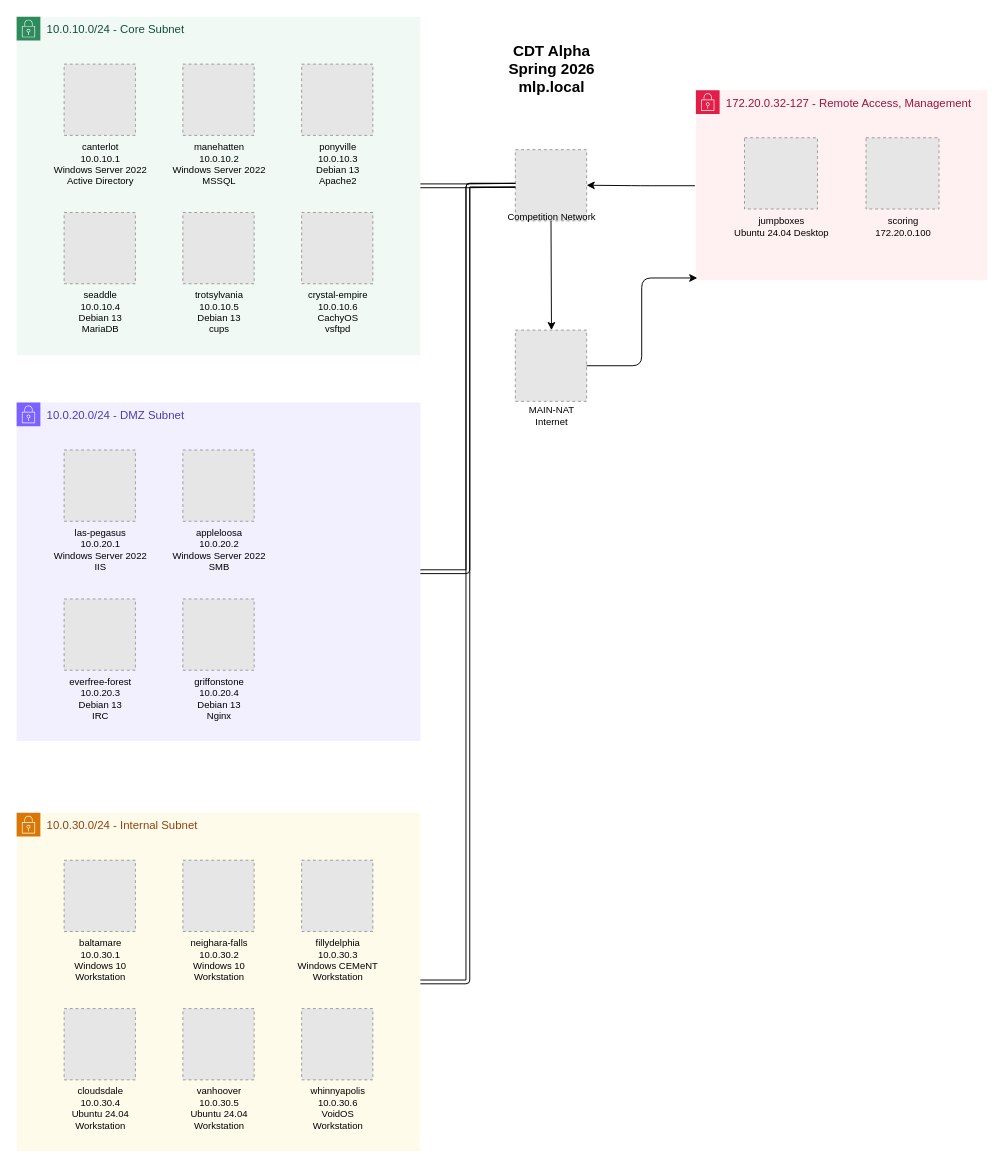
Guac0/2255-CSEC473-Alpha keeps this draw.io diagram as greyteam/diagrams/network_diagram.drawio. Above is the earlier version. Source tidied: cells renumbered, new cells numbered last; positions are measured from the earlier drawing's top-left corner, leaving out a move shared by most shapes. Both pictures are drawn from the tidied source at 95%, with x=0, y=0 at pixel (16, 16). Pictures stored in the file or linked from it are replaced by grey dashed boxes.
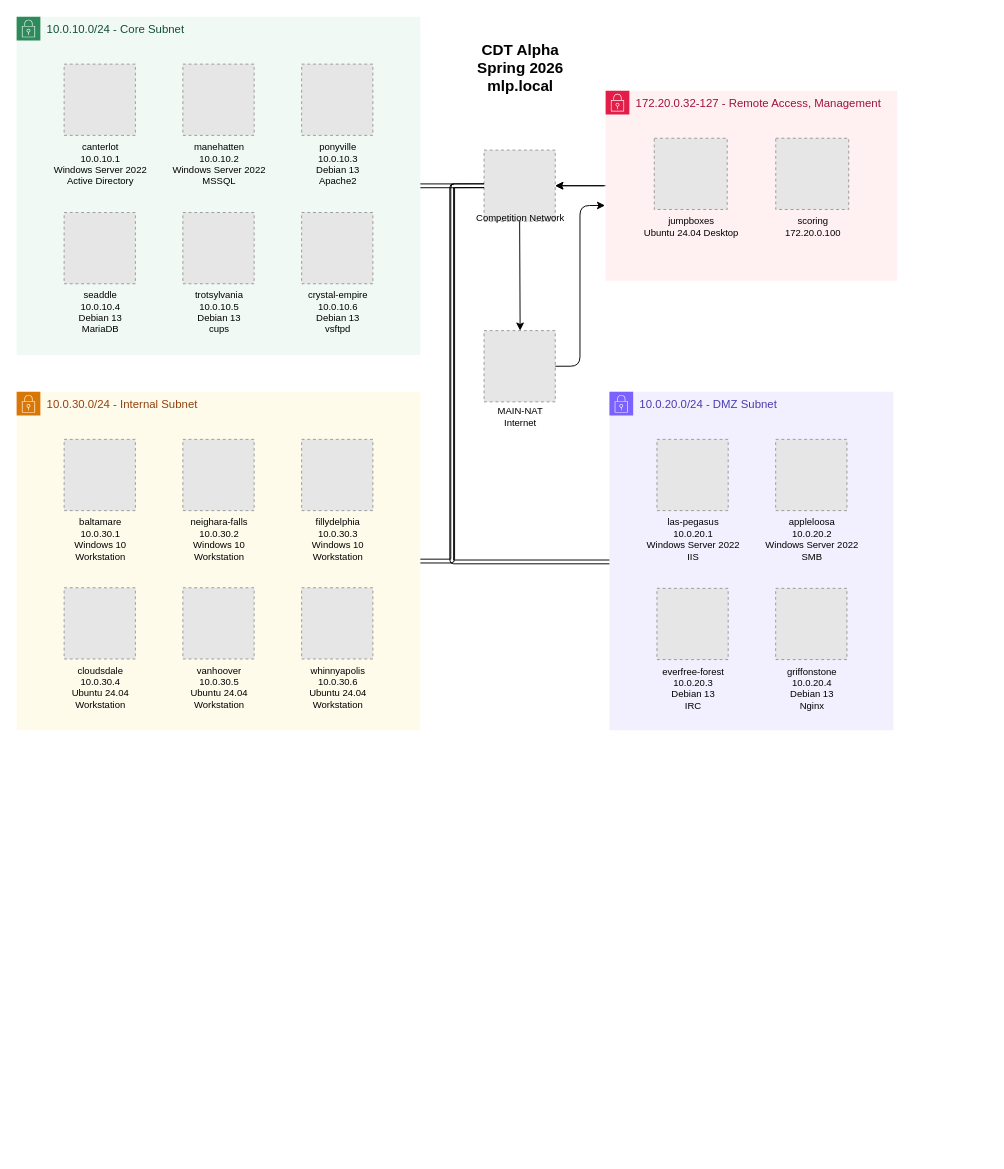
Above is the later version.

Commit message:
diagrams - update topo

The change refers to these unchanged cells:
```xml
<mxCell id="5" value="10.0.10.0/24 - Core Subnet" style="whiteSpace=wrap;rounded=0;fillColor=#F0F9F4;strokeColor=#2D8A5B;dashed=0;html=1;fontSize=12;fontStyle=0;shape=mxgraph.aws4.group;grIcon=mxgraph.aws4.group_security_group;grStroke=0;verticalAlign=top;align=left;spacingLeft=30;fontColor=#144D3E;" parent="1" vertex="1">
  <mxGeometry width="425" height="356.2" as="geometry" />
</mxCell>
```

The edit, as a diff of the source:
```diff
@@
     <mxCell id="2" value="&lt;div&gt;CDT Alpha&lt;/div&gt;&lt;div&gt;Spring 2026&lt;/div&gt;mlp.local" style="text;whiteSpace=nowrap;rounded=0;fillColor=none;strokeColor=none;dashed=0;html=1;fontFamily=Helvetica;fontStyle=1;fontSize=16;fontColor=#000000;labelPosition=center;align=center;horizontal=1;" parent="1" vertex="1">
-      <mxGeometry x="525" y="20" width="75" height="75" as="geometry" />
+      <mxGeometry x="492" y="19" width="75" height="75" as="geometry" />
     </mxCell>
     <mxCell id="3" value="Competition Network" style="fillColor=#E6E6E6;strokeColor=#999999;dashed=1;whiteSpace=nowrap;verticalLabelPosition=bottom;verticalAlign=bottom;html=1;fontFamily=Helvetica;fontSize=10;fontColor=#000000;labelPosition=center;spacingBottom=70;align=center;" parent="1" vertex="1">
-      <mxGeometry x="525" y="140" width="75" height="75" as="geometry" />
+      <mxGeometry x="492" y="140.5" width="75" height="75" as="geometry" />
     </mxCell>
     <mxCell id="4" value="&lt;div&gt;&lt;br&gt;&lt;/div&gt;MAIN-NAT&lt;div&gt;Internet&lt;/div&gt;" style="fillColor=#E6E6E6;strokeColor=#999999;dashed=1;whiteSpace=nowrap;verticalLabelPosition=bottom;verticalAlign=bottom;html=1;fontFamily=Helvetica;fontSize=10;fontColor=#000000;labelPosition=center;spacingBottom=45;align=center;" parent="1" vertex="1">
-      <mxGeometry x="525" y="330" width="75" height="75" as="geometry" />
+      <mxGeometry x="492" y="330.5" width="75" height="75" as="geometry" />
     </mxCell>
@@
-    <mxCell id="11" value="crystal-empire&lt;br/&gt;10.0.10.6&lt;br/&gt;CachyOS&lt;br/&gt;vsftpd" style="fillColor=#E6E6E6;strokeColor=#999999;dashed=1;whiteSpace=nowrap;verticalLabelPosition=bottom;verticalAlign=top;html=1;fontFamily=Helvetica;fontSize=10;fontColor=#000000;labelPosition=center;align=center;" parent="5" vertex="1">
-      <mxGeometry x="300" y="206.2" width="75" height="75" as="geometry" />
-    </mxCell>
+    <mxCell id="33" value="crystal-empire&lt;br&gt;10.0.10.6&lt;br&gt;Debian 13&lt;br&gt;vsftpd" style="fillColor=#E6E6E6;strokeColor=#999999;dashed=1;whiteSpace=nowrap;verticalLabelPosition=bottom;verticalAlign=top;html=1;fontFamily=Helvetica;fontSize=10;fontColor=#000000;labelPosition=center;align=center;" parent="5" vertex="1">
+      <mxGeometry x="300" y="206.2" width="75" height="75" as="geometry" />
+    </mxCell>
@@
     <mxCell id="13" value="10.0.20.0/24 - DMZ Subnet" style="whiteSpace=wrap;rounded=0;fillColor=#F2F0FF;strokeColor=#7B61FF;dashed=0;html=1;fontSize=12;fontStyle=0;shape=mxgraph.aws4.group;grIcon=mxgraph.aws4.group_security_group;grStroke=0;verticalAlign=top;align=left;spacingLeft=30;fontColor=#4A3BB1;" parent="1" vertex="1">
-      <mxGeometry y="406.2" width="425" height="356.2" as="geometry" />
+      <mxGeometry x="624" y="395" width="299" height="356.2" as="geometry" />
     </mxCell>
@@
-    <mxCell id="18" style="shape=link;edgeStyle=elbowEdgeStyle;rounded=1;jettySize=auto;endSize=40;startSize=40;" parent="1" edge="1" source="13" target="3">
-      <mxGeometry x="-1" y="15" relative="1" as="geometry" />
+    <mxCell id="18" style="shape=link;edgeStyle=elbowEdgeStyle;rounded=1;jettySize=auto;endSize=40;startSize=40;" parent="1" edge="1" source="13">
+      <mxGeometry x="-1" y="15" relative="1" as="geometry">
+        <mxPoint x="459" y="178" as="targetPoint" />
+        <Array as="points">
+          <mxPoint x="458" y="574" />
+        </Array>
+      </mxGeometry>
     </mxCell>
     <mxCell id="19" value="10.0.30.0/24 - Internal Subnet" style="whiteSpace=wrap;rounded=0;fillColor=#FFFBEB;strokeColor=#D97706;dashed=0;html=1;fontSize=12;fontStyle=0;shape=mxgraph.aws4.group;grIcon=mxgraph.aws4.group_security_group;grStroke=0;verticalAlign=top;align=left;spacingLeft=30;fontColor=#92400E;" parent="1" vertex="1">
-      <mxGeometry y="838" width="425" height="356.2" as="geometry" />
+      <mxGeometry y="395" width="425" height="356.2" as="geometry" />
     </mxCell>
@@
-    <mxCell id="24" value="whinnyapolis&lt;br&gt;10.0.30.6&lt;br&gt;VoidOS&lt;br&gt;Workstation" style="fillColor=#E6E6E6;strokeColor=#999999;dashed=1;whiteSpace=nowrap;verticalLabelPosition=bottom;verticalAlign=top;html=1;fontFamily=Helvetica;fontSize=10;fontColor=#000000;labelPosition=center;align=center;" parent="19" vertex="1">
-      <mxGeometry x="300" y="206.2" width="75" height="75" as="geometry" />
-    </mxCell>
-    <mxCell id="25" value="fillydelphia&lt;br&gt;10.0.30.3&lt;br&gt;Windows CEMeNT&lt;br&gt;Workstation" style="fillColor=#E6E6E6;strokeColor=#999999;dashed=1;whiteSpace=nowrap;verticalLabelPosition=bottom;verticalAlign=top;html=1;fontFamily=Helvetica;fontSize=10;fontColor=#000000;labelPosition=center;align=center;" parent="19" vertex="1">
+    <mxCell id="25" value="fillydelphia&lt;br&gt;10.0.30.3&lt;br&gt;Windows 10&lt;br&gt;Workstation" style="fillColor=#E6E6E6;strokeColor=#999999;dashed=1;whiteSpace=nowrap;verticalLabelPosition=bottom;verticalAlign=top;html=1;fontFamily=Helvetica;fontSize=10;fontColor=#000000;labelPosition=center;align=center;" parent="19" vertex="1">
       <mxGeometry x="300" y="50" width="75" height="75" as="geometry" />
     </mxCell>
+    <mxCell id="34" value="whinnyapolis&lt;br&gt;10.0.30.6&lt;br&gt;Ubuntu 24.04&lt;br&gt;Workstation" style="fillColor=#E6E6E6;strokeColor=#999999;dashed=1;whiteSpace=nowrap;verticalLabelPosition=bottom;verticalAlign=top;html=1;fontFamily=Helvetica;fontSize=10;fontColor=#000000;labelPosition=center;align=center;" parent="19" vertex="1">
+      <mxGeometry x="300" y="206.2" width="75" height="75" as="geometry" />
+    </mxCell>
@@
+    <mxCell id="35" style="edgeStyle=orthogonalEdgeStyle;rounded=0;jettySize=auto;html=1;" parent="1" edge="1" source="27" target="3">
+      <mxGeometry relative="1" as="geometry" />
+    </mxCell>
     <mxCell id="27" value="172.20.0.32-127 - Remote Access, Management" style="whiteSpace=wrap;rounded=0;fillColor=#FFF1F2;strokeColor=#E11D48;dashed=0;html=1;fontSize=12;fontStyle=0;shape=mxgraph.aws4.group;grIcon=mxgraph.aws4.group_security_group;grStroke=0;verticalAlign=top;align=left;spacingLeft=30;fontColor=#9F1239;" parent="1" vertex="1">
-      <mxGeometry x="715" y="77.5" width="307" height="200" as="geometry" />
+      <mxGeometry x="620" y="78" width="307" height="200" as="geometry" />
     </mxCell>
@@
-    <mxCell id="31" style="edgeStyle=elbowEdgeStyle;rounded=1;jettySize=auto;targetPerimeterSpacing=40;exitX=1;exitY=0.5;exitDx=0;exitDy=0;entryX=0.005;entryY=0.988;entryDx=0;entryDy=0;entryPerimeter=0;" parent="1" edge="1" source="4" target="27">
+    <mxCell id="31" style="edgeStyle=elbowEdgeStyle;rounded=1;jettySize=auto;targetPerimeterSpacing=40;exitX=1;exitY=0.5;exitDx=0;exitDy=0;entryX=-0.002;entryY=0.604;entryDx=0;entryDy=0;entryPerimeter=0;" parent="1" edge="1" source="4" target="27">
       <mxGeometry relative="1" as="geometry" />
     </mxCell>
     <mxCell id="32" style="edgeStyle=elbowEdgeStyle;rounded=1;jettySize=auto;targetPerimeterSpacing=40;entryX=1;entryY=0.5;entryDx=0;entryDy=0;" parent="1" edge="1" target="3">
       <mxGeometry relative="1" as="geometry">
-        <mxPoint x="714" y="178" as="sourcePoint" />
+        <mxPoint x="618" y="178" as="sourcePoint" />
       </mxGeometry>
     </mxCell>
```
